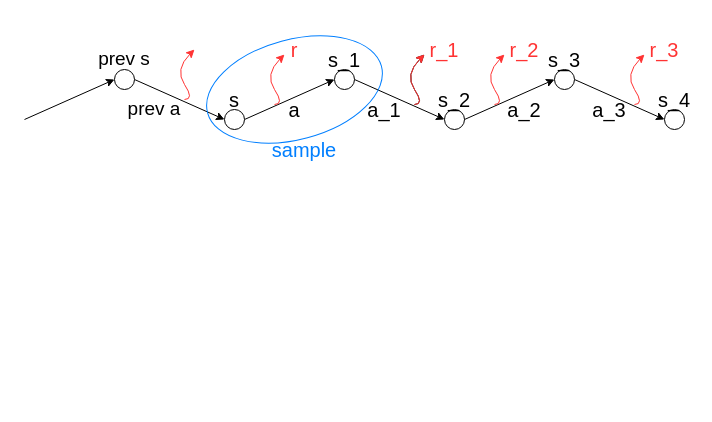
The draw.io diagram one.drawio in Armore27/GOS, before the edit. Source tidied: cells renumbered, new cells numbered last; positions are measured from the earlier drawing's top-left corner, leaving out a move shared by most shapes. Both pictures are drawn from the tidied source at 100%, with x=0, y=0 at pixel (24, 39).
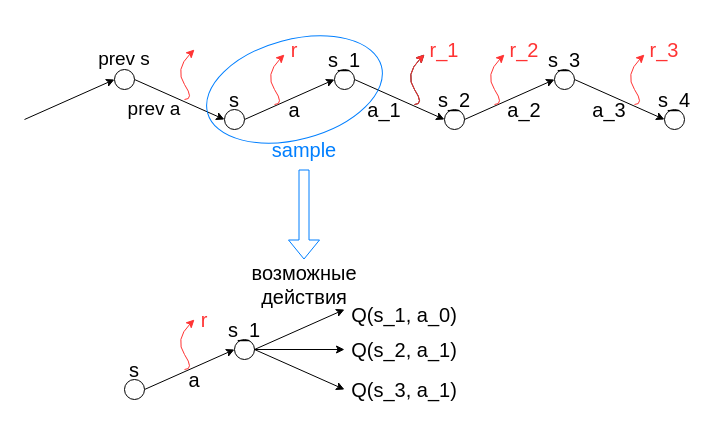
The same diagram, later.

Change to the diagram source:
```diff
@@
+    <mxCell id="37" style="endArrow=classic;html=1;" parent="1" edge="1">
+      <mxGeometry relative="1" as="geometry">
+        <mxPoint x="120" y="350" as="sourcePoint" />
+        <mxPoint x="210" y="310" as="targetPoint" />
+      </mxGeometry>
+    </mxCell>
+    <mxCell id="38" style="ellipse;whiteSpace=wrap;html=1;" parent="1" vertex="1">
+      <mxGeometry x="100" y="340" width="20" height="20" as="geometry" />
+    </mxCell>
+    <mxCell id="39" style="ellipse;whiteSpace=wrap;html=1;" parent="1" vertex="1">
+      <mxGeometry x="210" y="300" width="20" height="20" as="geometry" />
+    </mxCell>
+    <mxCell id="40" style="endArrow=classic;html=1;" parent="1" edge="1">
+      <mxGeometry relative="1" as="geometry">
+        <mxPoint x="230" y="310" as="sourcePoint" />
+        <mxPoint x="320" y="270" as="targetPoint" />
+      </mxGeometry>
+    </mxCell>
+    <mxCell id="41" style="endArrow=classic;html=1;" parent="1" edge="1">
+      <mxGeometry relative="1" as="geometry">
+        <mxPoint x="230" y="310" as="sourcePoint" />
+        <mxPoint x="320" y="350" as="targetPoint" />
+      </mxGeometry>
+    </mxCell>
+    <mxCell id="42" style="endArrow=classic;html=1;" parent="1" edge="1">
+      <mxGeometry relative="1" as="geometry">
+        <mxPoint x="230" y="310" as="sourcePoint" />
+        <mxPoint x="320" y="310" as="targetPoint" />
+      </mxGeometry>
+    </mxCell>
+    <mxCell id="43" value="&lt;font style=&quot;font-size: 20px&quot;&gt;возможные действия&lt;/font&gt;" style="text;html=1;strokeColor=none;fillColor=none;align=center;verticalAlign=middle;whiteSpace=wrap;rounded=0;" parent="1" vertex="1">
+      <mxGeometry x="230" y="220" width="100" height="50" as="geometry" />
+    </mxCell>
+    <mxCell id="44" value="&lt;font style=&quot;font-size: 20px&quot;&gt;s_1&lt;/font&gt;" style="text;html=1;strokeColor=none;fillColor=none;align=center;verticalAlign=middle;whiteSpace=wrap;rounded=0;" parent="1" vertex="1">
+      <mxGeometry x="205" y="280" width="30" height="20" as="geometry" />
+    </mxCell>
+    <mxCell id="45" value="&lt;font style=&quot;font-size: 20px&quot;&gt;s&lt;/font&gt;" style="text;html=1;strokeColor=none;fillColor=none;align=center;verticalAlign=middle;whiteSpace=wrap;rounded=0;" parent="1" vertex="1">
+      <mxGeometry x="100" y="320" width="20" height="20" as="geometry" />
+    </mxCell>
+    <mxCell id="46" value="&lt;span style=&quot;font-size: 20px&quot;&gt;a&lt;/span&gt;" style="text;html=1;strokeColor=none;fillColor=none;align=center;verticalAlign=middle;whiteSpace=wrap;rounded=0;" parent="1" vertex="1">
+      <mxGeometry x="160" y="330" width="20" height="20" as="geometry" />
+    </mxCell>
+    <mxCell id="47" style="curved=1;endArrow=classic;html=1;strokeColor=#FF3333;" parent="1" edge="1">
+      <mxGeometry relative="1" as="geometry">
+        <mxPoint x="160" y="330" as="sourcePoint" />
+        <mxPoint x="170" y="280" as="targetPoint" />
+        <Array as="points">
+          <mxPoint x="170" y="330" />
+          <mxPoint x="150" y="300" />
+        </Array>
+      </mxGeometry>
+    </mxCell>
+    <mxCell id="48" value="&lt;font style=&quot;font-size: 20px&quot; color=&quot;#ff3333&quot;&gt;r&lt;/font&gt;" style="text;html=1;strokeColor=none;fillColor=none;align=center;verticalAlign=middle;whiteSpace=wrap;rounded=0;" parent="1" vertex="1">
+      <mxGeometry x="170" y="270" width="20" height="20" as="geometry" />
+    </mxCell>
+    <mxCell id="49" value="&lt;span style=&quot;font-size: 20px&quot;&gt;Q(s_1, a_0)&lt;/span&gt;" style="text;html=1;strokeColor=none;fillColor=none;align=center;verticalAlign=middle;whiteSpace=wrap;rounded=0;" parent="1" vertex="1">
+      <mxGeometry x="320" y="260" width="120" height="30" as="geometry" />
+    </mxCell>
+    <mxCell id="50" value="&lt;span style=&quot;font-size: 20px&quot;&gt;Q(s_2, a_1)&lt;/span&gt;" style="text;html=1;strokeColor=none;fillColor=none;align=center;verticalAlign=middle;whiteSpace=wrap;rounded=0;" parent="1" vertex="1">
+      <mxGeometry x="320" y="295" width="120" height="30" as="geometry" />
+    </mxCell>
+    <mxCell id="51" value="&lt;span style=&quot;font-size: 20px&quot;&gt;Q(s_3, a_1)&lt;/span&gt;" style="text;html=1;strokeColor=none;fillColor=none;align=center;verticalAlign=middle;whiteSpace=wrap;rounded=0;" parent="1" vertex="1">
+      <mxGeometry x="320" y="335" width="120" height="30" as="geometry" />
+    </mxCell>
+    <mxCell id="52" style="shape=flexArrow;endArrow=classic;html=1;strokeColor=#007FFF;" parent="1" edge="1">
+      <mxGeometry relative="1" as="geometry">
+        <mxPoint x="279.5" y="130" as="sourcePoint" />
+        <mxPoint x="279.5" y="220" as="targetPoint" />
+      </mxGeometry>
+    </mxCell>
```
